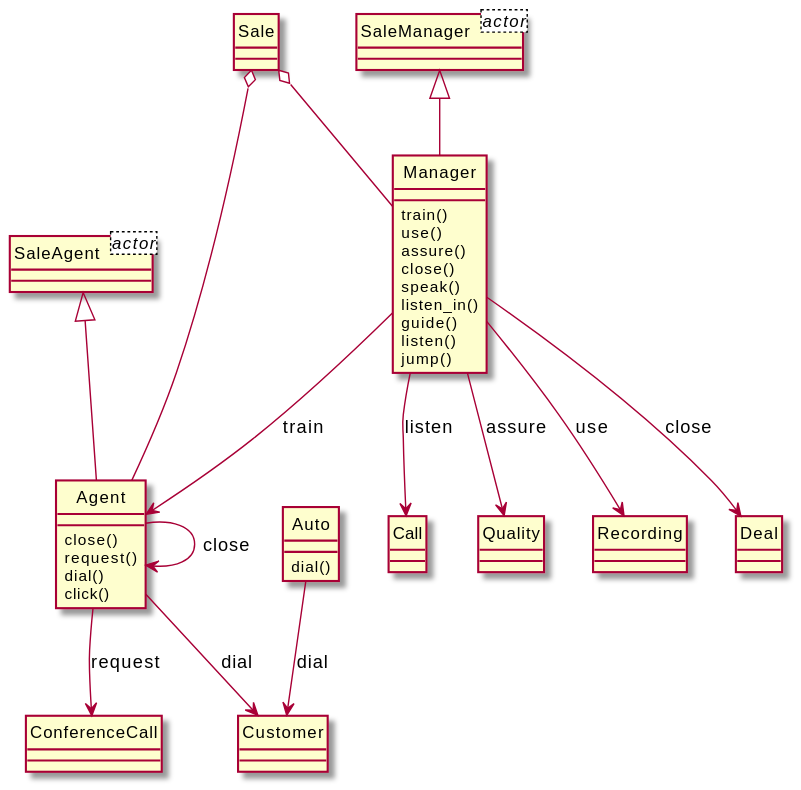
The PlantUML diagram output/diagram_5/2014-USC-Project05.svg in xixixhalu/DomainModelExtractor, before a commit.
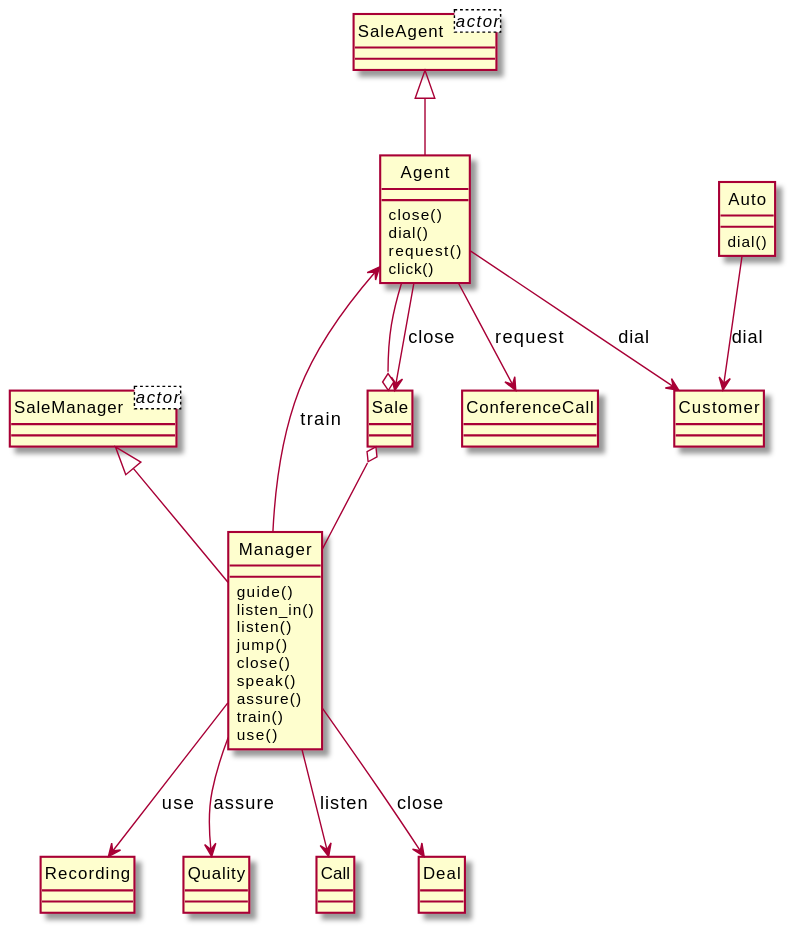
Above is the later version.

The edit, as a diff of the source:
```diff
@@ -4,55 +4,55 @@
 }
 class SaleManager<actor> {
 }
-class Sale {
-}
 class Manager {
+	guide()
+	listen_in()
+	listen()
+	jump()
+	close()
+	speak()
+	assure()
 	train()
 	use()
-	assure()
-	close()
-	speak()
-	listen_in()
-	guide()
-	listen()
-	jump()
-}
-class Deal {
-}
-class Call {
 }
 class Agent {
 	close()
+	dial()
 	request()
-	dial()
 	click()
 }
-class ConferenceCall {
+class Sale {
+}
+class Customer {
+}
+class Recording {
 }
 class Auto {
 	dial()
 }
-class Customer {
-}
 class Quality {
 }
-class Recording {
+class Call {
+}
+class Deal {
+}
+class ConferenceCall {
 }
 class SaleAgent {
 }
 class SaleManager {
 }
-Agent --> Agent : close
+Manager --> Deal : close
+SaleAgent <|-- Agent
+Agent --> Customer : dial
+Manager --> Quality : assure
+Manager --> Agent : train
+Manager --> Recording : use
+Agent --> ConferenceCall : request
 Manager --> Call : listen
-Manager --> Agent : train
+SaleManager <|-- Manager
 Auto --> Customer : dial
-SaleManager <|-- Manager
+Agent --> Sale : close
+Sale o-- Agent
 Sale o-- Manager
-Manager --> Recording : use
-Manager --> Quality : assure
-Agent --> ConferenceCall : request
-SaleAgent <|-- Agent
-Manager --> Deal : close
-Agent --> Customer : dial
-Sale o-- Agent
 @enduml
```
